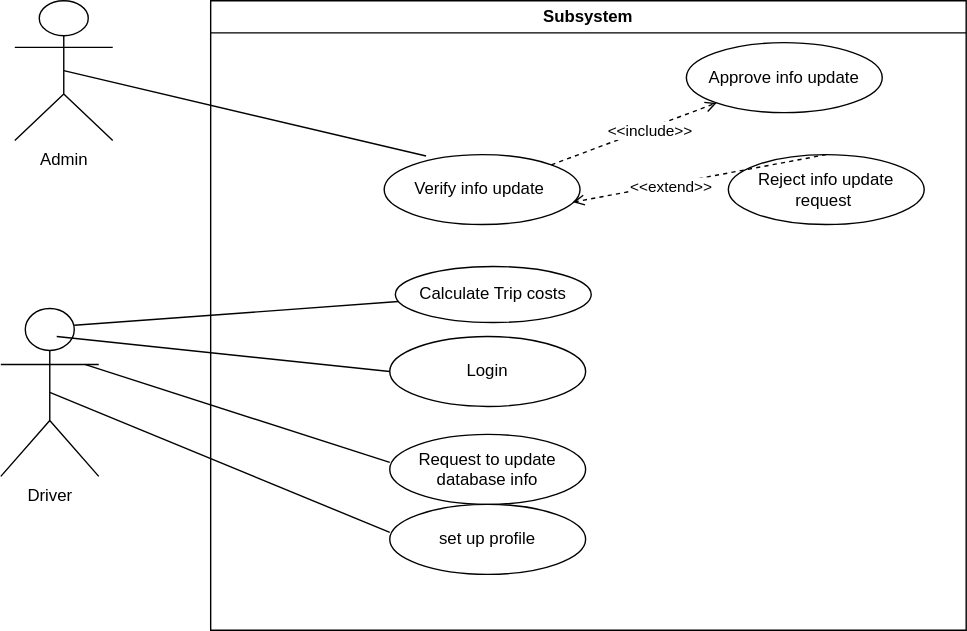
The draw.io diagram Untitled Diagram.drawio.svg in Iam1ronman/Demo, before a commit. Source tidied: cells renumbered, new cells last; positions are measured from the earlier drawing's top-left corner, leaving out a move shared by most shapes.
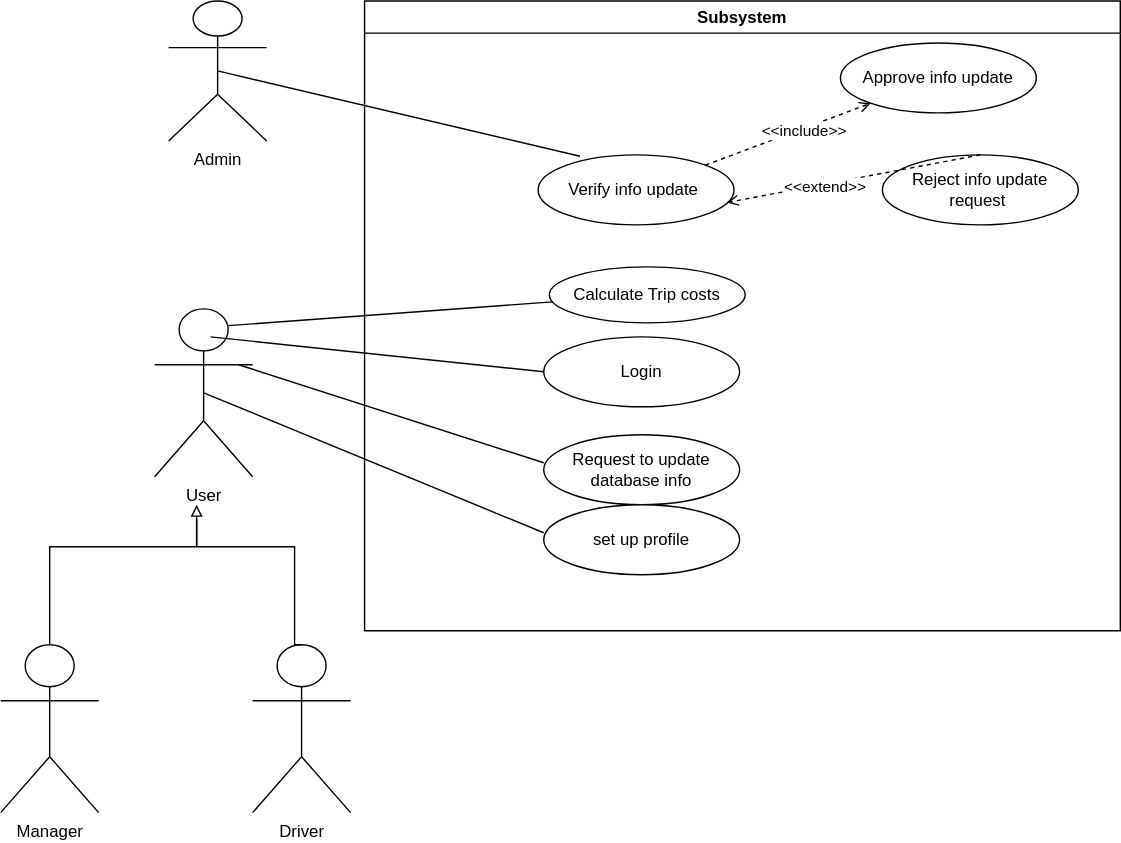
Above is the later version.

What changed in the source:
```diff
@@ -5,7 +5,7 @@
     <mxCell id="2" value="Admin" style="shape=umlActor;verticalLabelPosition=bottom;verticalAlign=top;html=1;" parent="1" vertex="1">
       <mxGeometry x="10" width="70" height="100" as="geometry" />
     </mxCell>
-    <mxCell id="3" value="Driver" style="shape=umlActor;verticalLabelPosition=bottom;verticalAlign=top;html=1;" parent="1" vertex="1">
+    <mxCell id="3" value="User" style="shape=umlActor;verticalLabelPosition=bottom;verticalAlign=top;html=1;" parent="1" vertex="1">
       <mxGeometry y="220" width="70" height="120" as="geometry" />
     </mxCell>
     <mxCell id="4" value="Subsystem" style="swimlane;whiteSpace=wrap;html=1;" parent="1" vertex="1">
@@ -63,5 +63,30 @@
         <mxPoint x="278" y="380" as="targetPoint" />
       </mxGeometry>
     </mxCell>
+    <mxCell id="21" value="Manager" style="shape=umlActor;verticalLabelPosition=bottom;verticalAlign=top;html=1;" parent="1" vertex="1">
+      <mxGeometry x="-110" y="460" width="70" height="120" as="geometry" />
+    </mxCell>
+    <mxCell id="22" value="Driver" style="shape=umlActor;verticalLabelPosition=bottom;verticalAlign=top;html=1;" parent="1" vertex="1">
+      <mxGeometry x="70" y="460" width="70" height="120" as="geometry" />
+    </mxCell>
+    <mxCell id="23" style="edgeStyle=orthogonalEdgeStyle;jettySize=auto;html=1;rounded=0;exitX=0.5;exitY=0;exitDx=0;exitDy=0;exitPerimeter=0;endArrow=block;endFill=0;" parent="1" edge="1" source="21">
+      <mxGeometry relative="1" as="geometry">
+        <mxPoint x="30" y="360" as="targetPoint" />
+        <Array as="points">
+          <mxPoint x="-75" y="390" />
+          <mxPoint x="30" y="390" />
+        </Array>
+      </mxGeometry>
+    </mxCell>
+    <mxCell id="24" style="edgeStyle=orthogonalEdgeStyle;jettySize=auto;html=1;rounded=0;exitX=0.5;exitY=0;exitDx=0;exitDy=0;exitPerimeter=0;endArrow=none;endFill=0;" parent="1" edge="1" source="22">
+      <mxGeometry relative="1" as="geometry">
+        <mxPoint x="30" y="370" as="targetPoint" />
+        <Array as="points">
+          <mxPoint x="100" y="460" />
+          <mxPoint x="100" y="390" />
+          <mxPoint x="30" y="390" />
+        </Array>
+      </mxGeometry>
+    </mxCell>
   </root>
 </mxGraphModel>
```
